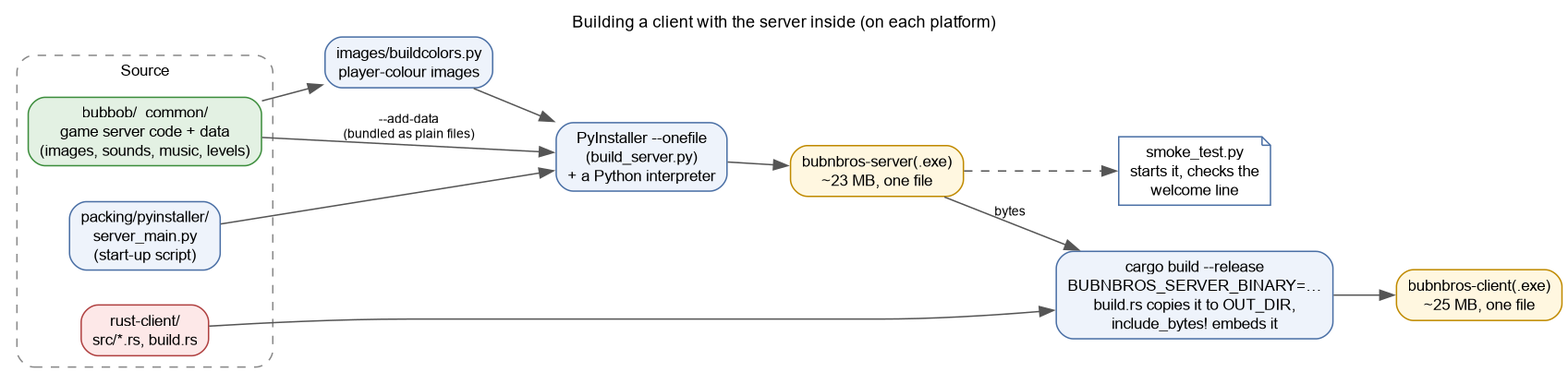
The Graphviz diagram bub-n-bros/docs/images/play-alone-build.png in nelg/bub-n-bros, before a commit. Its source is kept beside it as bub-n-bros/docs/diagrams/play-alone-build.dot.
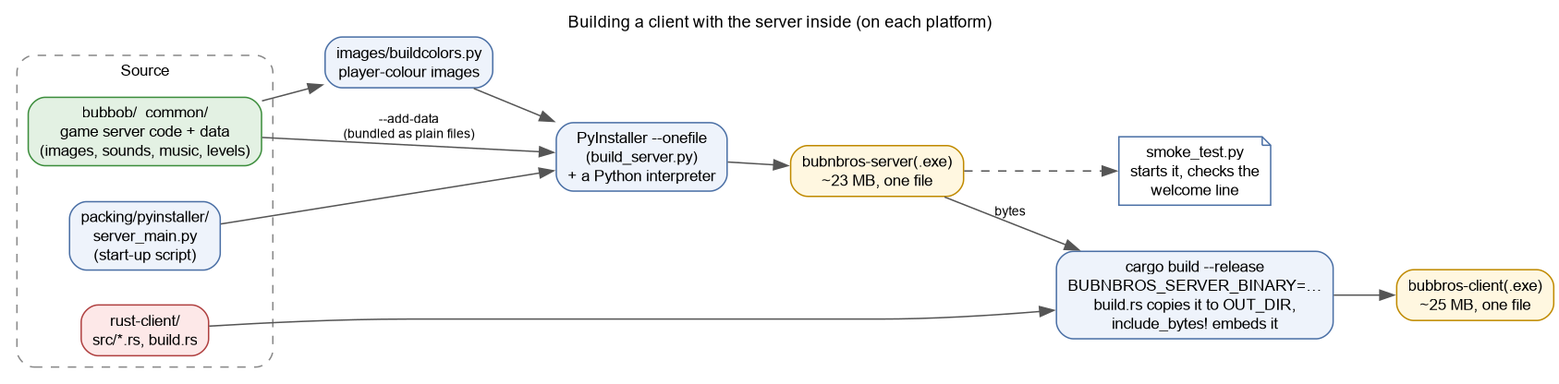
Above is the later version.

Diff of the diagram source:
```diff
@@ -15,7 +15,7 @@
   server [label="bubnbros-server(.exe)\n~23 MB, one file", fillcolor="#fff7e0", color="#c08a00"];
   smoke  [label="smoke_test.py\nstarts it, checks the\nwelcome line", shape=note, fillcolor="#ffffff"];
   cargo  [label="cargo build --release\nBUBNBROS_SERVER_BINARY=…\nbuild.rs copies it to OUT_DIR,\ninclude_bytes! embeds it"];
-  client [label="bubnbros-client(.exe)\n~25 MB, one file", fillcolor="#fff7e0", color="#c08a00"];
+  client [label="bubbros-client(.exe)\n~25 MB, one file", fillcolor="#fff7e0", color="#c08a00"];
 
   game -> colors -> pyi;
   game -> pyi [label="--add-data\n(bundled as plain files)"];
```
